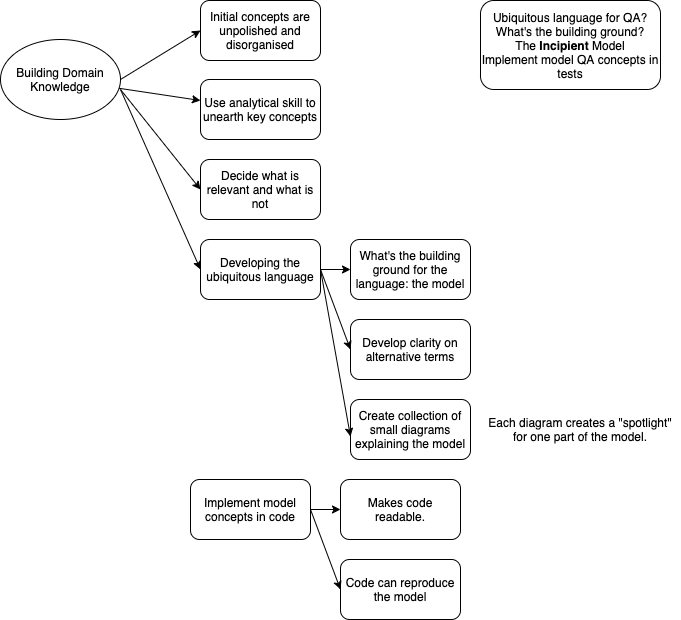
The draw.io diagram domain-driven-design.png in s-gurjit/diagrams, before a commit. Source tidied: cells renumbered, new cells last; positions are measured from the earlier drawing's top-left corner, leaving out a move shared by most shapes. The source it was exported from:
```xml
<mxGraphModel>
  <root>
    <mxCell id="0" />
    <mxCell id="1" parent="0" />
    <mxCell id="2" style="rounded=0;jettySize=auto;html=1;" parent="1" edge="1" source="3" target="5">
      <mxGeometry relative="1" as="geometry" />
    </mxCell>
    <mxCell id="3" value="Building Domain Knowledge" style="ellipse;whiteSpace=wrap;html=1;" parent="1" vertex="1">
      <mxGeometry y="39" width="120" height="80" as="geometry" />
    </mxCell>
    <mxCell id="4" value="Initial concepts are unpolished and disorganised" style="rounded=1;whiteSpace=wrap;html=1;" parent="1" vertex="1">
      <mxGeometry x="200" width="120" height="60" as="geometry" />
    </mxCell>
    <mxCell id="5" value="Use analytical skill to unearth key concepts" style="rounded=1;whiteSpace=wrap;html=1;" parent="1" vertex="1">
      <mxGeometry x="200" y="79" width="120" height="60" as="geometry" />
    </mxCell>
    <mxCell id="6" value="Decide what is relevant and what is not" style="rounded=1;whiteSpace=wrap;html=1;" parent="1" vertex="1">
      <mxGeometry x="200" y="159" width="120" height="60" as="geometry" />
    </mxCell>
    <mxCell id="7" value="Developing the ubiquitous language" style="rounded=1;whiteSpace=wrap;html=1;" parent="1" vertex="1">
      <mxGeometry x="200" y="239" width="120" height="60" as="geometry" />
    </mxCell>
    <mxCell id="8" value="Ubiquitous language for QA?&lt;br&gt;What's the building ground?&lt;br&gt;The &lt;b&gt;Incipient&lt;/b&gt;&amp;nbsp;Model&lt;br&gt;Implement model QA concepts in tests" style="rounded=1;whiteSpace=wrap;html=1;" parent="1" vertex="1">
      <mxGeometry x="480" width="180" height="89" as="geometry" />
    </mxCell>
    <mxCell id="9" value="What's the building ground for the language: the model" style="rounded=1;whiteSpace=wrap;html=1;" parent="1" vertex="1">
      <mxGeometry x="350" y="239" width="120" height="60" as="geometry" />
    </mxCell>
    <mxCell id="10" style="endArrow=classic;html=1;entryX=0;entryY=0.5;entryDx=0;entryDy=0;exitX=1;exitY=0.5;exitDx=0;exitDy=0;" parent="1" edge="1" source="3" target="4">
      <mxGeometry relative="1" as="geometry" />
    </mxCell>
    <mxCell id="11" style="rounded=0;jettySize=auto;html=1;entryX=0;entryY=0.5;entryDx=0;entryDy=0;" parent="1" edge="1" target="6">
      <mxGeometry relative="1" as="geometry">
        <mxPoint x="120" y="89" as="sourcePoint" />
      </mxGeometry>
    </mxCell>
    <mxCell id="12" style="rounded=0;jettySize=auto;html=1;entryX=0;entryY=0.5;entryDx=0;entryDy=0;exitX=1;exitY=0.5;exitDx=0;exitDy=0;" parent="1" edge="1" source="7" target="9">
      <mxGeometry relative="1" as="geometry" />
    </mxCell>
    <mxCell id="13" style="rounded=0;jettySize=auto;html=1;entryX=0;entryY=0.5;entryDx=0;entryDy=0;" parent="1" edge="1" target="7">
      <mxGeometry relative="1" as="geometry">
        <mxPoint x="120" y="89" as="sourcePoint" />
      </mxGeometry>
    </mxCell>
    <mxCell id="14" value="Develop clarity on alternative terms" style="rounded=1;whiteSpace=wrap;html=1;" parent="1" vertex="1">
      <mxGeometry x="350" y="319" width="120" height="60" as="geometry" />
    </mxCell>
    <mxCell id="15" style="endArrow=classic;html=1;entryX=0;entryY=0.5;entryDx=0;entryDy=0;exitX=1;exitY=0.5;exitDx=0;exitDy=0;" parent="1" edge="1" source="7" target="14">
      <mxGeometry relative="1" as="geometry" />
    </mxCell>
    <mxCell id="16" value="Implement model concepts in code" style="rounded=1;whiteSpace=wrap;html=1;" parent="1" vertex="1">
      <mxGeometry x="190" y="479" width="120" height="60" as="geometry" />
    </mxCell>
    <mxCell id="17" value="Makes code readable." style="rounded=1;whiteSpace=wrap;html=1;" parent="1" vertex="1">
      <mxGeometry x="340" y="479" width="120" height="60" as="geometry" />
    </mxCell>
    <mxCell id="18" style="endArrow=classic;html=1;entryX=0;entryY=0.5;entryDx=0;entryDy=0;" parent="1" edge="1" source="16" target="17">
      <mxGeometry relative="1" as="geometry" />
    </mxCell>
    <mxCell id="19" value="Code can reproduce the model" style="rounded=1;whiteSpace=wrap;html=1;" parent="1" vertex="1">
      <mxGeometry x="340" y="559" width="120" height="60" as="geometry" />
    </mxCell>
    <mxCell id="20" style="endArrow=classic;html=1;entryX=0;entryY=0.5;entryDx=0;entryDy=0;exitX=1;exitY=0.5;exitDx=0;exitDy=0;" parent="1" edge="1" source="16" target="19">
      <mxGeometry relative="1" as="geometry" />
    </mxCell>
    <mxCell id="21" value="Create collection of small diagrams explaining the model" style="rounded=1;whiteSpace=wrap;html=1;" parent="1" vertex="1">
      <mxGeometry x="350" y="399" width="120" height="60" as="geometry" />
    </mxCell>
    <mxCell id="22" value="Each diagram creates a &quot;spotlight&quot; for one part of the model." style="text;html=1;strokeColor=none;fillColor=none;align=center;verticalAlign=middle;whiteSpace=wrap;rounded=0;" parent="1" vertex="1">
      <mxGeometry x="480" y="414" width="200" height="30" as="geometry" />
    </mxCell>
    <mxCell id="23" style="endArrow=classic;html=1;entryX=0;entryY=0.617;entryDx=0;entryDy=0;entryPerimeter=0;" parent="1" edge="1" target="21">
      <mxGeometry relative="1" as="geometry">
        <mxPoint x="320" y="269" as="sourcePoint" />
      </mxGeometry>
    </mxCell>
  </root>
</mxGraphModel>
```
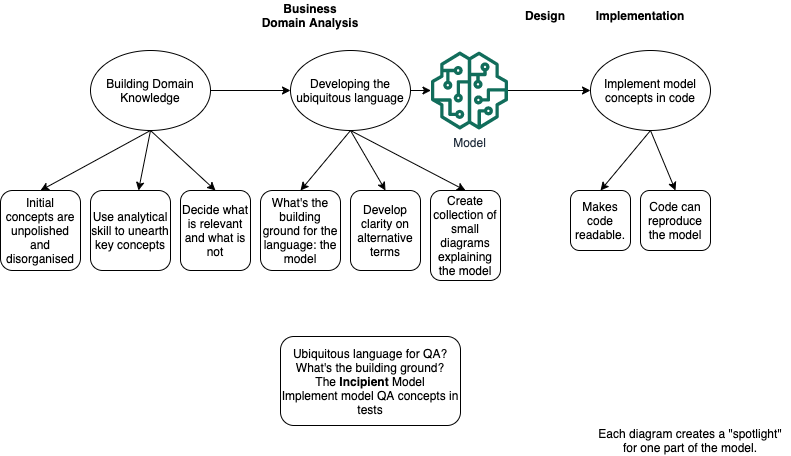
After the change.

What changed in the source:
```diff
@@ -2,77 +2,93 @@
   <root>
     <mxCell id="0" />
     <mxCell id="1" parent="0" />
-    <mxCell id="2" style="rounded=0;jettySize=auto;html=1;" parent="1" edge="1" source="3" target="5">
+    <mxCell id="2" style="rounded=0;jettySize=auto;html=1;exitX=0.5;exitY=1;exitDx=0;exitDy=0;" parent="1" edge="1" source="3" target="5">
       <mxGeometry relative="1" as="geometry" />
     </mxCell>
+    <mxCell id="24" style="edgeStyle=none;rounded=0;jettySize=auto;html=1;" parent="1" edge="1" source="3" target="7">
+      <mxGeometry relative="1" as="geometry" />
+    </mxCell>
     <mxCell id="3" value="Building Domain Knowledge" style="ellipse;whiteSpace=wrap;html=1;" parent="1" vertex="1">
-      <mxGeometry y="39" width="120" height="80" as="geometry" />
+      <mxGeometry x="-20" y="39" width="120" height="80" as="geometry" />
     </mxCell>
     <mxCell id="4" value="Initial concepts are unpolished and disorganised" style="rounded=1;whiteSpace=wrap;html=1;" parent="1" vertex="1">
-      <mxGeometry x="200" width="120" height="60" as="geometry" />
+      <mxGeometry x="-110" y="179" width="80" height="80" as="geometry" />
     </mxCell>
     <mxCell id="5" value="Use analytical skill to unearth key concepts" style="rounded=1;whiteSpace=wrap;html=1;" parent="1" vertex="1">
-      <mxGeometry x="200" y="79" width="120" height="60" as="geometry" />
+      <mxGeometry x="-20" y="179" width="80" height="80" as="geometry" />
     </mxCell>
     <mxCell id="6" value="Decide what is relevant and what is not" style="rounded=1;whiteSpace=wrap;html=1;" parent="1" vertex="1">
-      <mxGeometry x="200" y="159" width="120" height="60" as="geometry" />
+      <mxGeometry x="70" y="179" width="70" height="80" as="geometry" />
     </mxCell>
-    <mxCell id="7" value="Developing the ubiquitous language" style="rounded=1;whiteSpace=wrap;html=1;" parent="1" vertex="1">
-      <mxGeometry x="200" y="239" width="120" height="60" as="geometry" />
-    </mxCell>
     <mxCell id="8" value="Ubiquitous language for QA?&lt;br&gt;What's the building ground?&lt;br&gt;The &lt;b&gt;Incipient&lt;/b&gt;&amp;nbsp;Model&lt;br&gt;Implement model QA concepts in tests" style="rounded=1;whiteSpace=wrap;html=1;" parent="1" vertex="1">
-      <mxGeometry x="480" width="180" height="89" as="geometry" />
+      <mxGeometry x="170" y="325" width="180" height="89" as="geometry" />
     </mxCell>
     <mxCell id="9" value="What's the building ground for the language: the model" style="rounded=1;whiteSpace=wrap;html=1;" parent="1" vertex="1">
-      <mxGeometry x="350" y="239" width="120" height="60" as="geometry" />
+      <mxGeometry x="150" y="179" width="80" height="80" as="geometry" />
     </mxCell>
-    <mxCell id="10" style="endArrow=classic;html=1;entryX=0;entryY=0.5;entryDx=0;entryDy=0;exitX=1;exitY=0.5;exitDx=0;exitDy=0;" parent="1" edge="1" source="3" target="4">
+    <mxCell id="10" style="endArrow=classic;html=1;entryX=0.5;entryY=0;entryDx=0;entryDy=0;exitX=0.5;exitY=1;exitDx=0;exitDy=0;" parent="1" edge="1" source="3" target="4">
       <mxGeometry relative="1" as="geometry" />
     </mxCell>
-    <mxCell id="11" style="rounded=0;jettySize=auto;html=1;entryX=0;entryY=0.5;entryDx=0;entryDy=0;" parent="1" edge="1" target="6">
-      <mxGeometry relative="1" as="geometry">
-        <mxPoint x="120" y="89" as="sourcePoint" />
-      </mxGeometry>
+    <mxCell id="11" style="rounded=0;jettySize=auto;html=1;entryX=0.5;entryY=0;entryDx=0;entryDy=0;exitX=0.5;exitY=1;exitDx=0;exitDy=0;" parent="1" edge="1" source="3" target="6">
+      <mxGeometry relative="1" as="geometry" />
     </mxCell>
-    <mxCell id="12" style="rounded=0;jettySize=auto;html=1;entryX=0;entryY=0.5;entryDx=0;entryDy=0;exitX=1;exitY=0.5;exitDx=0;exitDy=0;" parent="1" edge="1" source="7" target="9">
+    <mxCell id="12" style="rounded=0;jettySize=auto;html=1;entryX=0.5;entryY=0;entryDx=0;entryDy=0;exitX=0.5;exitY=1;exitDx=0;exitDy=0;" parent="1" edge="1" source="7" target="9">
       <mxGeometry relative="1" as="geometry" />
     </mxCell>
-    <mxCell id="13" style="rounded=0;jettySize=auto;html=1;entryX=0;entryY=0.5;entryDx=0;entryDy=0;" parent="1" edge="1" target="7">
-      <mxGeometry relative="1" as="geometry">
-        <mxPoint x="120" y="89" as="sourcePoint" />
-      </mxGeometry>
-    </mxCell>
     <mxCell id="14" value="Develop clarity on alternative terms" style="rounded=1;whiteSpace=wrap;html=1;" parent="1" vertex="1">
-      <mxGeometry x="350" y="319" width="120" height="60" as="geometry" />
+      <mxGeometry x="240" y="179" width="70" height="80" as="geometry" />
     </mxCell>
-    <mxCell id="15" style="endArrow=classic;html=1;entryX=0;entryY=0.5;entryDx=0;entryDy=0;exitX=1;exitY=0.5;exitDx=0;exitDy=0;" parent="1" edge="1" source="7" target="14">
+    <mxCell id="15" style="endArrow=classic;html=1;entryX=0.5;entryY=0;entryDx=0;entryDy=0;exitX=0.5;exitY=1;exitDx=0;exitDy=0;" parent="1" edge="1" source="7" target="14">
       <mxGeometry relative="1" as="geometry" />
     </mxCell>
-    <mxCell id="16" value="Implement model concepts in code" style="rounded=1;whiteSpace=wrap;html=1;" parent="1" vertex="1">
-      <mxGeometry x="190" y="479" width="120" height="60" as="geometry" />
-    </mxCell>
     <mxCell id="17" value="Makes code readable." style="rounded=1;whiteSpace=wrap;html=1;" parent="1" vertex="1">
-      <mxGeometry x="340" y="479" width="120" height="60" as="geometry" />
+      <mxGeometry x="460" y="179" width="60" height="60" as="geometry" />
     </mxCell>
-    <mxCell id="18" style="endArrow=classic;html=1;entryX=0;entryY=0.5;entryDx=0;entryDy=0;" parent="1" edge="1" source="16" target="17">
-      <mxGeometry relative="1" as="geometry" />
+    <mxCell id="18" style="endArrow=classic;html=1;exitX=0.5;exitY=1;exitDx=0;exitDy=0;" parent="1" edge="1" source="16">
+      <mxGeometry relative="1" as="geometry">
+        <mxPoint x="490" y="179" as="targetPoint" />
+      </mxGeometry>
     </mxCell>
     <mxCell id="19" value="Code can reproduce the model" style="rounded=1;whiteSpace=wrap;html=1;" parent="1" vertex="1">
-      <mxGeometry x="340" y="559" width="120" height="60" as="geometry" />
+      <mxGeometry x="530" y="179" width="70" height="60" as="geometry" />
     </mxCell>
-    <mxCell id="20" style="endArrow=classic;html=1;entryX=0;entryY=0.5;entryDx=0;entryDy=0;exitX=1;exitY=0.5;exitDx=0;exitDy=0;" parent="1" edge="1" source="16" target="19">
-      <mxGeometry relative="1" as="geometry" />
+    <mxCell id="20" style="endArrow=classic;html=1;exitX=0.5;exitY=1;exitDx=0;exitDy=0;" parent="1" edge="1" source="16">
+      <mxGeometry relative="1" as="geometry">
+        <mxPoint x="565" y="179" as="targetPoint" />
+      </mxGeometry>
     </mxCell>
     <mxCell id="21" value="Create collection of small diagrams explaining the model" style="rounded=1;whiteSpace=wrap;html=1;" parent="1" vertex="1">
-      <mxGeometry x="350" y="399" width="120" height="60" as="geometry" />
+      <mxGeometry x="320" y="179" width="70" height="90" as="geometry" />
     </mxCell>
     <mxCell id="22" value="Each diagram creates a &quot;spotlight&quot; for one part of the model." style="text;html=1;strokeColor=none;fillColor=none;align=center;verticalAlign=middle;whiteSpace=wrap;rounded=0;" parent="1" vertex="1">
       <mxGeometry x="480" y="414" width="200" height="30" as="geometry" />
     </mxCell>
-    <mxCell id="23" style="endArrow=classic;html=1;entryX=0;entryY=0.617;entryDx=0;entryDy=0;entryPerimeter=0;" parent="1" edge="1" target="21">
-      <mxGeometry relative="1" as="geometry">
-        <mxPoint x="320" y="269" as="sourcePoint" />
-      </mxGeometry>
+    <mxCell id="23" style="endArrow=classic;html=1;entryX=0.5;entryY=0;entryDx=0;entryDy=0;exitX=0.5;exitY=1;exitDx=0;exitDy=0;" parent="1" edge="1" source="7" target="21">
+      <mxGeometry relative="1" as="geometry" />
     </mxCell>
+    <mxCell id="25" style="edgeStyle=none;rounded=0;jettySize=auto;html=1;" parent="1" edge="1" source="7" target="30">
+      <mxGeometry relative="1" as="geometry" />
+    </mxCell>
+    <mxCell id="7" value="&lt;span&gt;Developing the ubiquitous language&lt;/span&gt;" style="ellipse;whiteSpace=wrap;html=1;" parent="1" vertex="1">
+      <mxGeometry x="180" y="39" width="120" height="80" as="geometry" />
+    </mxCell>
+    <mxCell id="26" value="Business Domain Analysis" style="text;html=1;strokeColor=none;fillColor=none;align=center;verticalAlign=middle;whiteSpace=wrap;rounded=0;fontStyle=1;" parent="1" vertex="1">
+      <mxGeometry x="150" y="-11" width="100" height="30" as="geometry" />
+    </mxCell>
+    <mxCell id="16" value="Implement model concepts in code" style="ellipse;whiteSpace=wrap;html=1;" parent="1" vertex="1">
+      <mxGeometry x="480" y="39" width="120" height="80" as="geometry" />
+    </mxCell>
+    <mxCell id="27" value="Design" style="text;html=1;strokeColor=none;fillColor=none;align=center;verticalAlign=middle;whiteSpace=wrap;rounded=0;fontStyle=1;" parent="1" vertex="1">
+      <mxGeometry x="410" y="-11" width="50" height="30" as="geometry" />
+    </mxCell>
+    <mxCell id="28" value="Implementation" style="text;html=1;strokeColor=none;fillColor=none;align=center;verticalAlign=middle;whiteSpace=wrap;rounded=0;fontStyle=1;" parent="1" vertex="1">
+      <mxGeometry x="480" y="-11" width="100" height="30" as="geometry" />
+    </mxCell>
+    <mxCell id="29" style="edgeStyle=none;rounded=0;jettySize=auto;html=1;" parent="1" edge="1" source="30" target="16">
+      <mxGeometry relative="1" as="geometry" />
+    </mxCell>
+    <mxCell id="30" value="Model" style="outlineConnect=0;fontColor=#232F3E;gradientColor=none;fillColor=#116D5B;strokeColor=none;dashed=0;verticalLabelPosition=bottom;verticalAlign=top;align=center;html=1;fontSize=12;fontStyle=0;shape=mxgraph.aws4.sagemaker_model;" parent="1" vertex="1">
+      <mxGeometry x="320" y="40" width="78" height="78" as="geometry" />
+    </mxCell>
   </root>
 </mxGraphModel>
```
